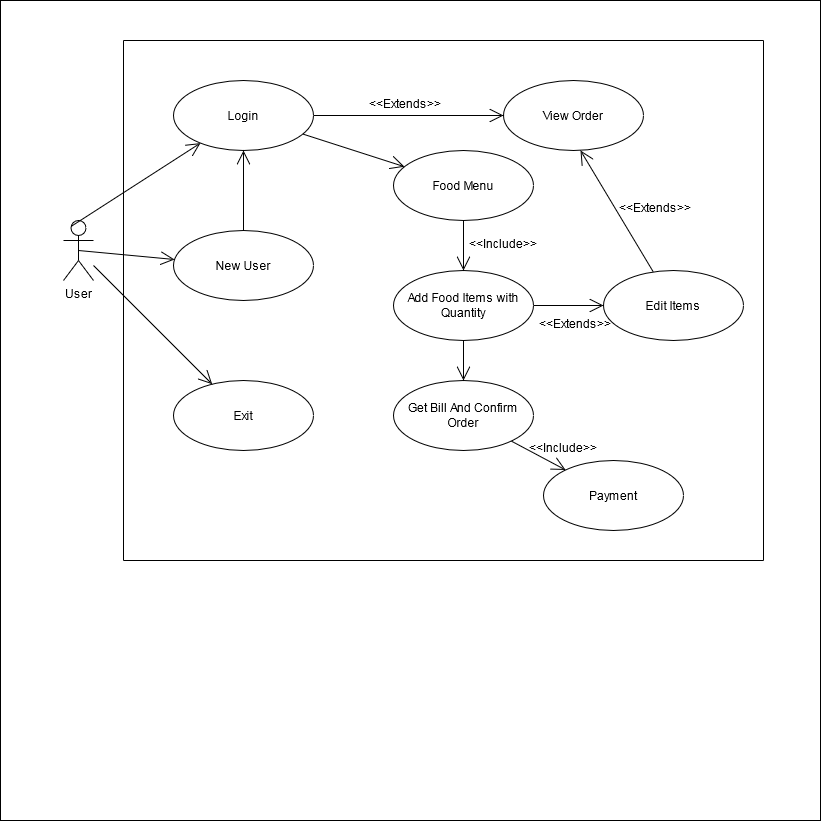
PrakharRastogi123/LTTS_TimeToCode_Assesment keeps this draw.io diagram as Use case.png. Above is the earlier version. Source tidied: cells renumbered, new cells last; positions are measured from the earlier drawing's top-left corner, leaving out a move shared by most shapes.
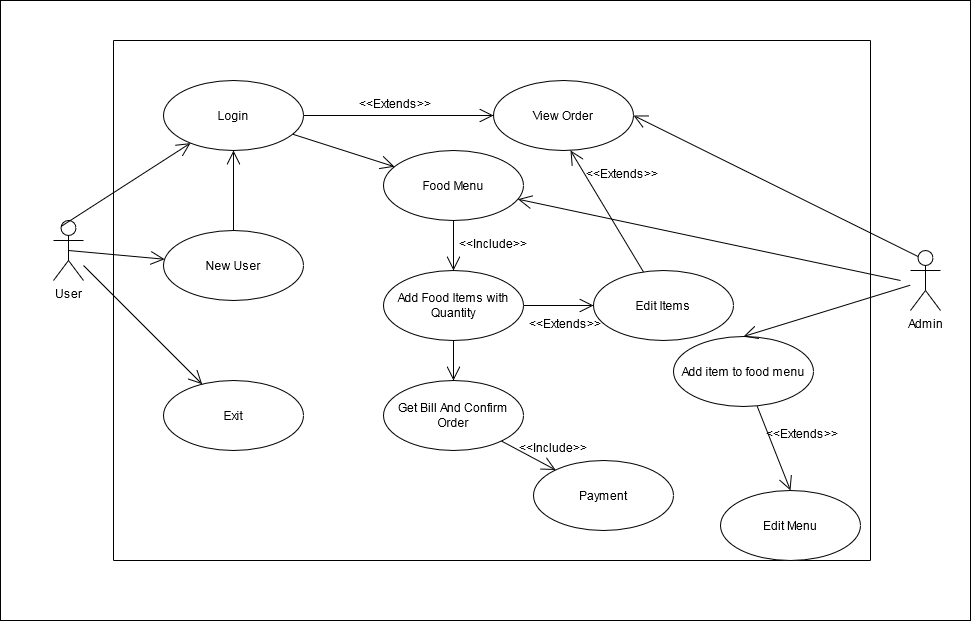
Above is the later version.

What changed in the source:
```diff
@@ -2,9 +2,9 @@
   <root>
     <mxCell id="0" />
     <mxCell id="1" parent="0" />
-    <mxCell id="2" style="whiteSpace=wrap;html=1;" parent="1" vertex="1">
-      <mxGeometry width="820" height="820" as="geometry" />
-    </mxCell>
+    <mxCell id="33" style="rounded=0;whiteSpace=wrap;html=1;" parent="1" vertex="1">
+      <mxGeometry x="10" width="970" height="620" as="geometry" />
+    </mxCell>
     <mxCell id="3" value="&lt;div&gt;User&lt;/div&gt;&lt;div&gt;&lt;br&gt;&lt;/div&gt;" style="shape=umlActor;verticalLabelPosition=bottom;verticalAlign=top;html=1;" parent="1" vertex="1">
       <mxGeometry x="63" y="220" width="30" height="60" as="geometry" />
     </mxCell>
@@ -80,32 +80,58 @@
     <mxCell id="27" style="endArrow=open;endFill=1;endSize=12;html=1;entryX=0.55;entryY=1;entryDx=0;entryDy=0;entryPerimeter=0;" parent="1" edge="1" source="21" target="13">
       <mxGeometry relative="1" as="geometry" />
     </mxCell>
-    <mxCell id="28" value="&lt;&lt;Extends&gt;&gt;" style="text;strokeColor=none;fillColor=none;align=left;verticalAlign=top;spacingLeft=4;spacingRight=4;overflow=hidden;" parent="1" vertex="1">
-      <mxGeometry x="613" y="194" width="100" height="26" as="geometry" />
-    </mxCell>
-    <mxCell id="29" style="endArrow=none;html=1;" parent="1" edge="1">
-      <mxGeometry relative="1" as="geometry">
-        <mxPoint x="123" y="560" as="sourcePoint" />
-        <mxPoint x="763" y="560" as="targetPoint" />
-      </mxGeometry>
-    </mxCell>
-    <mxCell id="30" style="endArrow=none;html=1;" parent="1" edge="1">
-      <mxGeometry relative="1" as="geometry">
-        <mxPoint x="123" y="40" as="sourcePoint" />
-        <mxPoint x="763" y="40" as="targetPoint" />
-      </mxGeometry>
-    </mxCell>
-    <mxCell id="31" style="endArrow=none;html=1;" parent="1" edge="1">
-      <mxGeometry relative="1" as="geometry">
-        <mxPoint x="123" y="560" as="sourcePoint" />
-        <mxPoint x="123" y="40" as="targetPoint" />
-      </mxGeometry>
-    </mxCell>
-    <mxCell id="32" style="endArrow=none;html=1;" parent="1" edge="1">
-      <mxGeometry relative="1" as="geometry">
-        <mxPoint x="763" y="40" as="sourcePoint" />
-        <mxPoint x="763" y="560" as="targetPoint" />
-      </mxGeometry>
-    </mxCell>
+    <mxCell id="34" value="&lt;&lt;Extends&gt;&gt;" style="text;strokeColor=none;fillColor=none;align=left;verticalAlign=top;spacingLeft=4;spacingRight=4;overflow=hidden;" parent="1" vertex="1">
+      <mxGeometry x="590" y="160" width="100" height="26" as="geometry" />
+    </mxCell>
+    <mxCell id="35" style="endArrow=none;html=1;" parent="1" edge="1">
+      <mxGeometry relative="1" as="geometry">
+        <mxPoint x="123" y="560" as="sourcePoint" />
+        <mxPoint x="880" y="560" as="targetPoint" />
+      </mxGeometry>
+    </mxCell>
+    <mxCell id="36" style="endArrow=none;html=1;" parent="1" edge="1">
+      <mxGeometry relative="1" as="geometry">
+        <mxPoint x="123" y="40" as="sourcePoint" />
+        <mxPoint x="880" y="40" as="targetPoint" />
+      </mxGeometry>
+    </mxCell>
+    <mxCell id="37" style="endArrow=none;html=1;" parent="1" edge="1">
+      <mxGeometry relative="1" as="geometry">
+        <mxPoint x="123" y="560" as="sourcePoint" />
+        <mxPoint x="123" y="40" as="targetPoint" />
+      </mxGeometry>
+    </mxCell>
+    <mxCell id="38" value="&lt;div&gt;Admin&lt;/div&gt;" style="shape=umlActor;verticalLabelPosition=bottom;verticalAlign=top;html=1;outlineConnect=0;" parent="1" vertex="1">
+      <mxGeometry x="920" y="250" width="30" height="60" as="geometry" />
+    </mxCell>
+    <mxCell id="39" style="endArrow=open;endFill=1;endSize=12;html=1;entryX=1;entryY=0.5;entryDx=0;entryDy=0;exitX=0.25;exitY=0.1;exitDx=0;exitDy=0;exitPerimeter=0;" parent="1" edge="1" source="38" target="13">
+      <mxGeometry relative="1" as="geometry" />
+    </mxCell>
+    <mxCell id="40" value="Add item to food menu" style="ellipse;whiteSpace=wrap;html=1;" parent="1" vertex="1">
+      <mxGeometry x="683" y="336" width="140" height="70" as="geometry" />
+    </mxCell>
+    <mxCell id="41" style="endArrow=open;endFill=1;endSize=12;html=1;entryX=0.5;entryY=0;entryDx=0;entryDy=0;" parent="1" edge="1" source="38" target="40">
+      <mxGeometry relative="1" as="geometry" />
+    </mxCell>
+    <mxCell id="42" style="endArrow=open;endFill=1;endSize=12;html=1;" parent="1" edge="1" target="10">
+      <mxGeometry relative="1" as="geometry">
+        <mxPoint x="910" y="280" as="sourcePoint" />
+      </mxGeometry>
+    </mxCell>
+    <mxCell id="43" style="endArrow=none;html=1;" parent="1" edge="1">
+      <mxGeometry relative="1" as="geometry">
+        <mxPoint x="880" y="40" as="sourcePoint" />
+        <mxPoint x="880" y="560" as="targetPoint" />
+      </mxGeometry>
+    </mxCell>
+    <mxCell id="44" style="endArrow=open;endFill=1;endSize=12;html=1;entryX=0.5;entryY=0;entryDx=0;entryDy=0;" parent="1" edge="1" source="40" target="45">
+      <mxGeometry relative="1" as="geometry" />
+    </mxCell>
+    <mxCell id="45" value="Edit Menu" style="ellipse;whiteSpace=wrap;html=1;" parent="1" vertex="1">
+      <mxGeometry x="730" y="490" width="140" height="70" as="geometry" />
+    </mxCell>
+    <mxCell id="46" value="&lt;&lt;Extends&gt;&gt;" style="text;strokeColor=none;fillColor=none;align=left;verticalAlign=top;spacingLeft=4;spacingRight=4;overflow=hidden;" parent="1" vertex="1">
+      <mxGeometry x="770" y="420" width="100" height="26" as="geometry" />
+    </mxCell>
   </root>
 </mxGraphModel>
```
